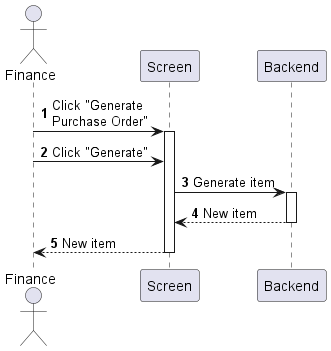
Above: Lab1/Lab1.2/sequences/purchase-order-create.png in phihungha/SE357-Practice-class (PlantUML), before the change.
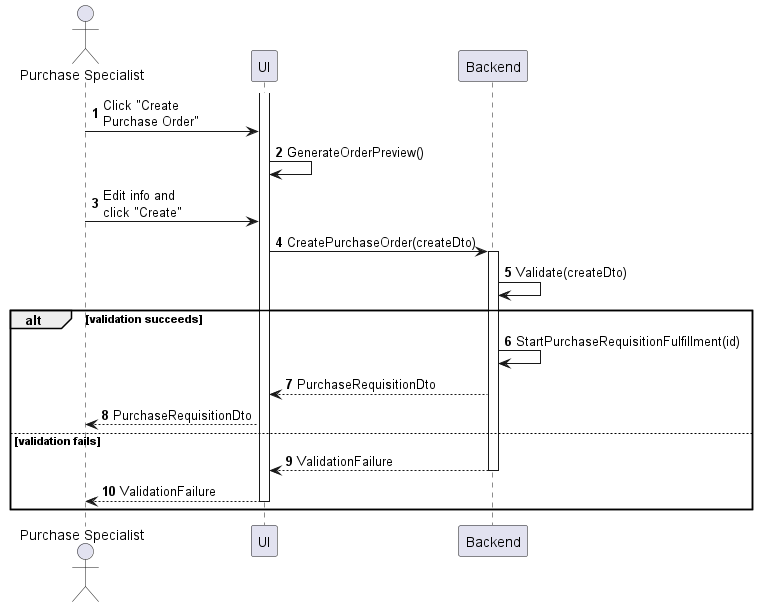
Later version of the same file.

What changed in the source:
```diff
@@ -1,15 +1,25 @@
 @startuml purchase-order-create
 autonumber
 
-actor "Finance" as a
-participant Screen as f
+actor "Purchase Specialist" as a
+participant UI as f
 participant Backend as b
 
-a -> f : Click "Generate\nPurchase Order"
 activate f
-a -> f : Click "Generate"
-f -> b : Generate item
+a -> f : Click "Create\nPurchase Order"
+f -> f : GenerateOrderPreview()
+a -> f : Edit info and\nclick "Create"
+f -> b : CreatePurchaseOrder(createDto)
 activate b
-return New item
-return New item
+b -> b : Validate(createDto)
+
+alt validation succeeds
+    b -> b : StartPurchaseRequisitionFulfillment(id)
+    b --> f : PurchaseRequisitionDto
+    f --> a : PurchaseRequisitionDto
+else validation fails
+    return ValidationFailure
+    f --> a : ValidationFailure
+    deactivate f
+end
 @enduml
```
